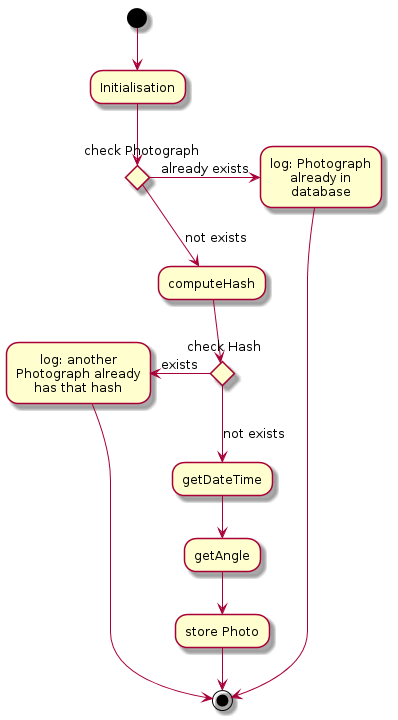
The PlantUML diagram YourPersonalPhotographOrganiser/javadoc/images/Processor-add.png in maartenl/maartenl.github.com, before a commit.
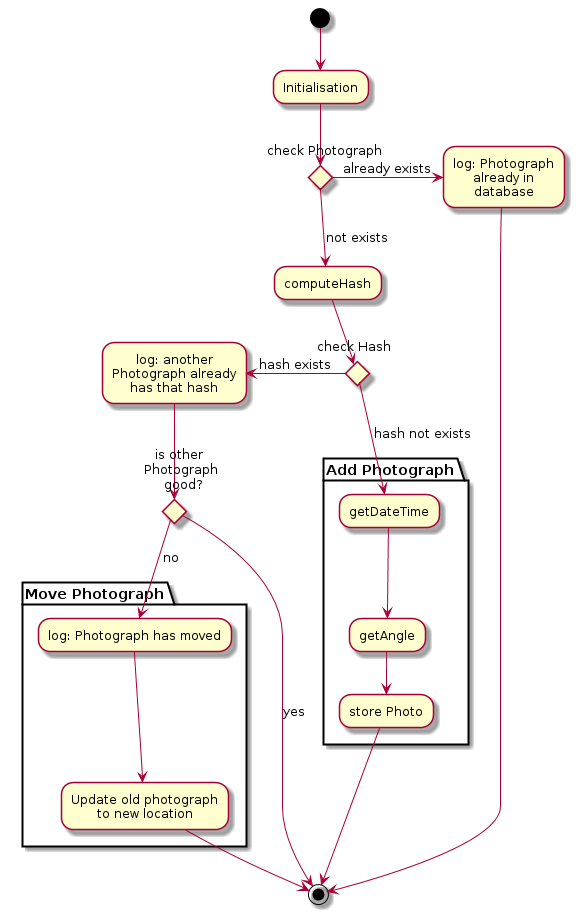
After the commit.

Diff of the diagram source:
```diff
@@ -1,20 +1,28 @@
 @startuml Processor-add.png
 (*) --> "Initialisation"
-
 if "check Photograph" then
 -->[not exists] "computeHash"
 if "check Hash" then
--left-> [exists] "log: another\nPhotograph already\nhas that hash"
---> (*)
+-left-> [hash exists] "log: another\nPhotograph already\nhas that hash"
+if "is other \nPhotograph\n good?" then
+-down-> [yes] (*)
 else
--->[not exists] "getDateTime"
+partition "Move Photograph"
+--> [no] "log: Photograph has moved"
+---> "Update old photograph\nto new location"
+-down-> (*)
+end partition
+endif
+else
+partition "Add Photograph"
+-->[hash not exists] "getDateTime"
 --> getAngle
 -->store Photo
 --> (*)
+end partition
 endif
 else
 ->[already exists] "log: Photograph\nalready in\ndatabase"
 --> (*)
 endif
-
 @enduml
```
